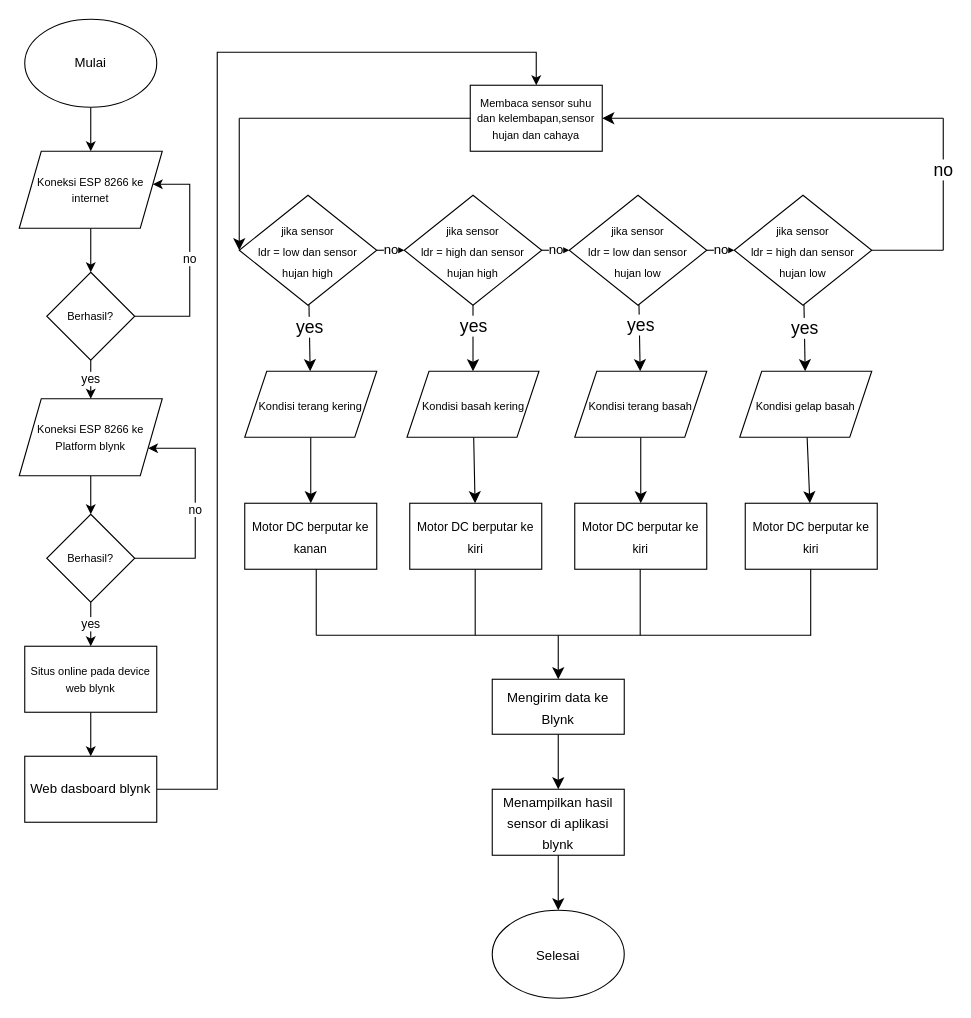
Above: Untitled Diagram.drawio in briannugroho/technical-project-Assignment-1 (draw.io), before the change. Source tidied: cells renumbered, new cells numbered last; positions are measured from the earlier drawing's top-left corner, leaving out a move shared by most shapes. Both pictures are drawn from the tidied source at 110%, with x=0, y=0 at pixel (19, 19).
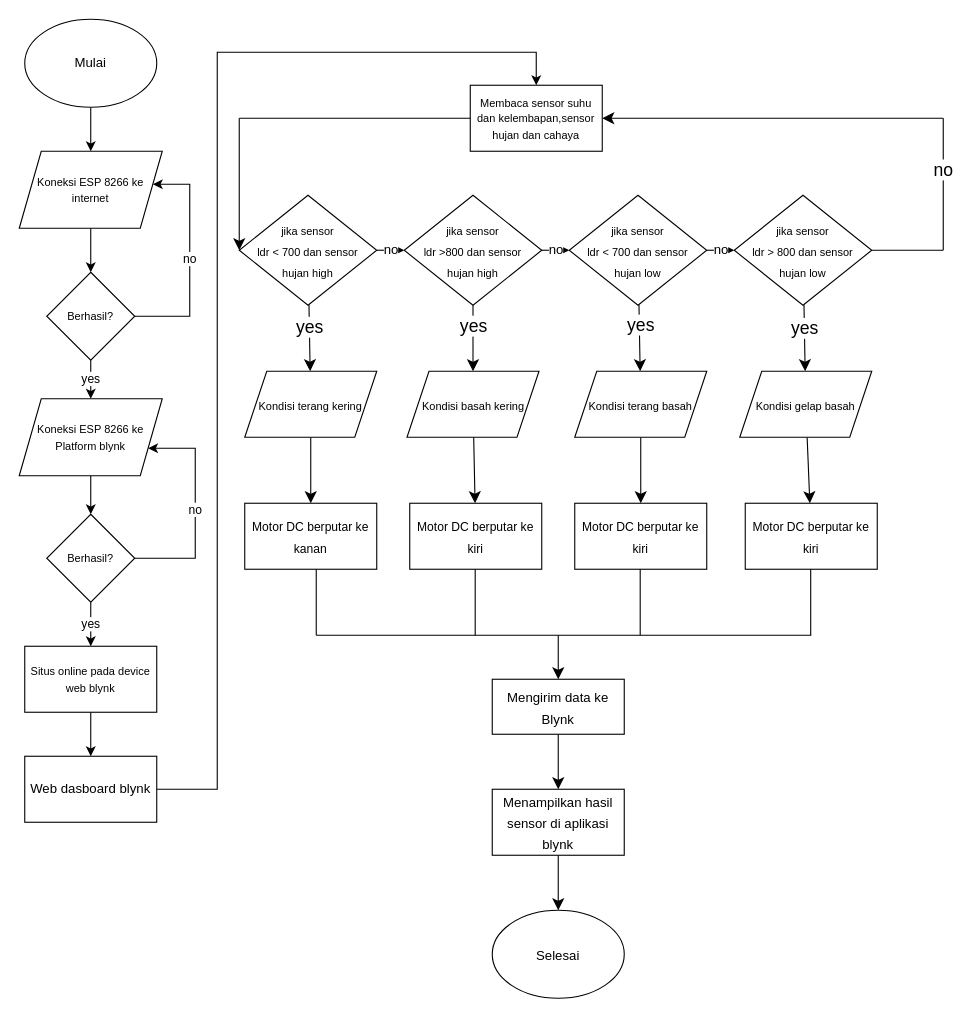
Above is the later version.

What changed in the source:
```diff
@@
-    <mxCell id="22" value="&lt;font style=&quot;font-size: 10px;&quot;&gt;jika sensor &lt;br&gt;ldr = low dan sensor&lt;br&gt;hujan high&lt;/font&gt;" style="rhombus;whiteSpace=wrap;html=1;rounded=0;fontSize=16;" parent="1" vertex="1">
+    <mxCell id="22" value="&lt;font style=&quot;font-size: 10px;&quot;&gt;jika sensor &lt;br&gt;ldr &amp;lt; 700 dan sensor&lt;br&gt;hujan high&lt;/font&gt;" style="rhombus;whiteSpace=wrap;html=1;rounded=0;fontSize=16;" parent="1" vertex="1">
       <mxGeometry x="200" y="160" width="125" height="100" as="geometry" />
     </mxCell>
@@
-    <mxCell id="26" value="&lt;font style=&quot;font-size: 10px;&quot;&gt;jika sensor &lt;br&gt;ldr = high dan sensor&lt;br&gt;hujan high&lt;/font&gt;" style="rhombus;whiteSpace=wrap;html=1;rounded=0;fontSize=16;" parent="1" vertex="1">
+    <mxCell id="26" value="&lt;font style=&quot;font-size: 10px;&quot;&gt;jika sensor &lt;br&gt;ldr &amp;gt;800 dan sensor&lt;br&gt;hujan high&lt;/font&gt;" style="rhombus;whiteSpace=wrap;html=1;rounded=0;fontSize=16;" parent="1" vertex="1">
       <mxGeometry x="350" y="160" width="125" height="100" as="geometry" />
     </mxCell>
@@
-    <mxCell id="30" value="&lt;font style=&quot;font-size: 10px;&quot;&gt;jika sensor &lt;br&gt;ldr = low dan sensor&lt;br&gt;hujan low&lt;/font&gt;" style="rhombus;whiteSpace=wrap;html=1;rounded=0;fontSize=16;" parent="1" vertex="1">
+    <mxCell id="30" value="&lt;font style=&quot;font-size: 10px;&quot;&gt;jika sensor &lt;br&gt;ldr &amp;lt; 700 dan sensor&lt;br&gt;hujan low&lt;/font&gt;" style="rhombus;whiteSpace=wrap;html=1;rounded=0;fontSize=16;" parent="1" vertex="1">
       <mxGeometry x="500" y="160" width="125" height="100" as="geometry" />
     </mxCell>
@@
-    <mxCell id="33" value="&lt;font style=&quot;font-size: 10px;&quot;&gt;jika sensor &lt;br&gt;ldr = high dan sensor&lt;br&gt;hujan low&lt;/font&gt;" style="rhombus;whiteSpace=wrap;html=1;rounded=0;fontSize=16;" parent="1" vertex="1">
+    <mxCell id="33" value="&lt;font style=&quot;font-size: 10px;&quot;&gt;jika sensor &lt;br&gt;ldr &amp;gt; 800 dan sensor&lt;br&gt;hujan low&lt;/font&gt;" style="rhombus;whiteSpace=wrap;html=1;rounded=0;fontSize=16;" parent="1" vertex="1">
       <mxGeometry x="650" y="160" width="125" height="100" as="geometry" />
     </mxCell>
```
